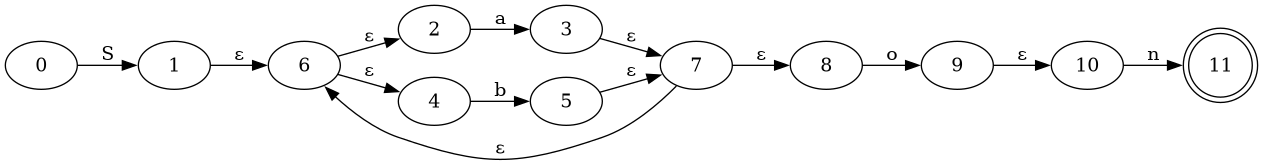
Before: automate.png, a diagram exported from Graphviz (Daniel-Sima/Clone-of-the-egrep-UNIX-command). Its source is kept beside it as automate.dot.
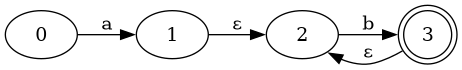
After the change.

The edit, as a diff of the source:
```diff
@@ -1,18 +1,9 @@
 digraph {
 rankdir=LR;
-	11 [shape=doublecircle]
+	3 [shape=doublecircle]
 
-	0->1 [label= "S"];
-	2->3 [label= "a"];
-	4->5 [label= "b"];
-	6->2 [label= "ε"];
-	6->4 [label= "ε"];
-	3->7 [label= "ε"];
-	5->7 [label= "ε"];
-	7->6 [label= "ε", constraint="false"];
-	1->6 [label= "ε"];
-	8->9 [label= "o"];
-	7->8 [label= "ε"];
-	10->11 [label= "n"];
-	9->10 [label= "ε"];
+	0->1 [label= "a"];
+	2->3 [label= "b"];
+	3->2 [label= "ε", constraint="false"];
+	1->2 [label= "ε"];
 }
```
